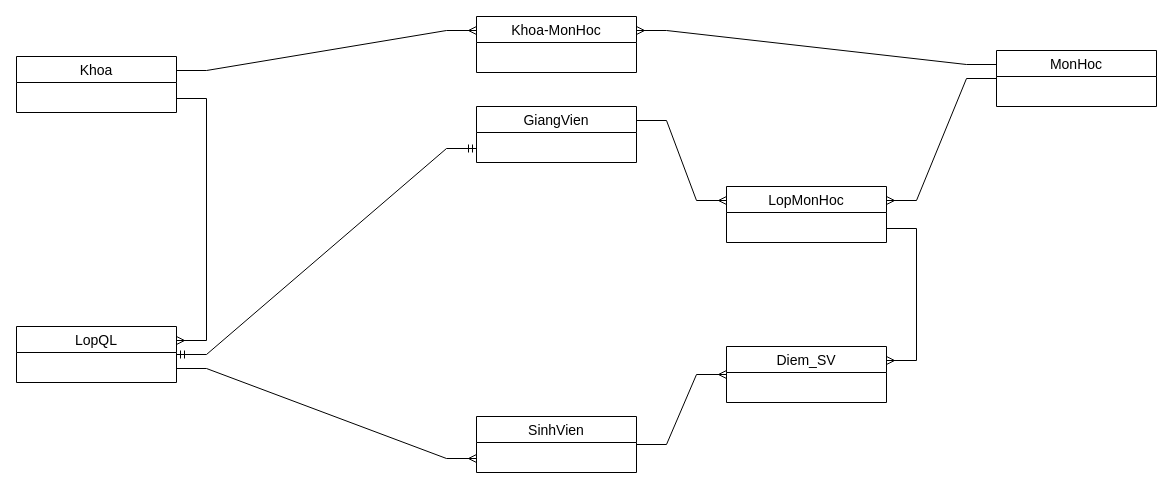
Above: diagram.drawio in duyhelloworld/qlsinhvien-netcore (draw.io), before the change. Source tidied: cells renumbered, new cells numbered last; positions are measured from the earlier drawing's top-left corner, leaving out a move shared by most shapes. Both pictures are drawn from the tidied source at 100%, with x=0, y=0 at pixel (16, 16).
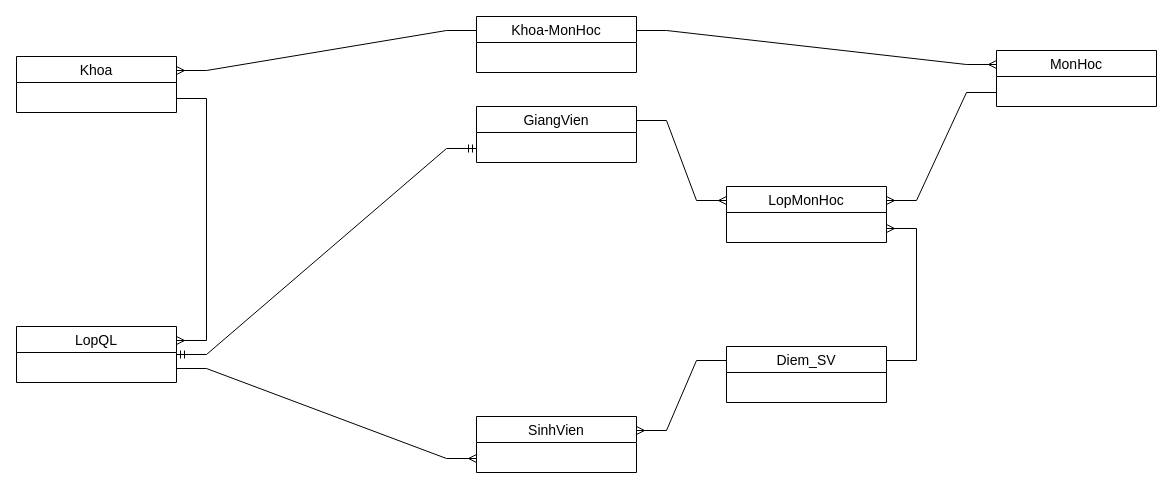
After the change.

The edit, as a diff of the source:
```diff
@@
 <mxGraphModel>
   <root>
     <mxCell id="0" />
     <mxCell id="1" parent="0" />
     <mxCell id="2" value="SinhVien" style="swimlane;fontStyle=0;horizontal=1;startSize=26;align=center;fontSize=14;" parent="1" vertex="1">
       <mxGeometry x="460" y="400" width="160" height="56" as="geometry" />
     </mxCell>
     <mxCell id="3" value="LopQL" style="swimlane;fontStyle=0;horizontal=1;startSize=26;align=center;fontSize=14;" parent="1" vertex="1">
       <mxGeometry y="310" width="160" height="56" as="geometry" />
     </mxCell>
     <mxCell id="4" value="GiangVien" style="swimlane;fontStyle=0;horizontal=1;startSize=26;align=center;fontSize=14;" parent="1" vertex="1">
       <mxGeometry x="460" y="90" width="160" height="56" as="geometry" />
     </mxCell>
     <mxCell id="5" value="MonHoc" style="swimlane;fontStyle=0;horizontal=1;startSize=26;align=center;fontSize=14;" parent="1" vertex="1">
       <mxGeometry x="980" y="34" width="160" height="56" as="geometry" />
     </mxCell>
     <mxCell id="6" value="Khoa" style="swimlane;fontStyle=0;horizontal=1;startSize=26;align=center;fontSize=14;" parent="1" vertex="1">
       <mxGeometry y="40" width="160" height="56" as="geometry" />
     </mxCell>
     <mxCell id="7" style="edgeStyle=entityRelationEdgeStyle;fontSize=12;html=1;endArrow=ERmany;rounded=0;exitX=1;exitY=0.75;exitDx=0;exitDy=0;entryX=0;entryY=0.75;entryDx=0;entryDy=0;" parent="1" edge="1" source="3" target="2">
       <mxGeometry relative="1" as="geometry" />
     </mxCell>
     <mxCell id="8" style="edgeStyle=entityRelationEdgeStyle;fontSize=12;html=1;endArrow=ERmany;rounded=0;exitX=1;exitY=0.75;exitDx=0;exitDy=0;entryX=1;entryY=0.25;entryDx=0;entryDy=0;" parent="1" edge="1" source="6" target="3">
       <mxGeometry relative="1" as="geometry" />
     </mxCell>
-    <mxCell id="9" style="edgeStyle=entityRelationEdgeStyle;fontSize=12;html=1;endArrow=ERmany;startArrow=none;rounded=0;entryX=1;entryY=0.25;entryDx=0;entryDy=0;exitX=1;exitY=0.75;exitDx=0;exitDy=0;" parent="1" edge="1" source="12" target="10">
+    <mxCell id="9" style="edgeStyle=entityRelationEdgeStyle;fontSize=12;html=1;endArrow=ERmany;startArrow=none;rounded=0;entryX=1;entryY=0.75;entryDx=0;entryDy=0;exitX=1;exitY=0.25;exitDx=0;exitDy=0;" parent="1" edge="1" source="10" target="12">
       <mxGeometry relative="1" as="geometry" />
     </mxCell>
     <mxCell id="10" value="Diem_SV" style="swimlane;fontStyle=0;horizontal=1;startSize=26;align=center;fontSize=14;" parent="1" vertex="1">
       <mxGeometry x="710" y="330" width="160" height="56" as="geometry" />
     </mxCell>
-    <mxCell id="11" style="edgeStyle=entityRelationEdgeStyle;fontSize=12;html=1;endArrow=none;startArrow=ERmany;rounded=0;entryX=1;entryY=0.5;entryDx=0;entryDy=0;exitX=0;exitY=0.5;exitDx=0;exitDy=0;" parent="1" edge="1" source="10" target="2">
+    <mxCell id="11" style="edgeStyle=entityRelationEdgeStyle;fontSize=12;html=1;endArrow=none;startArrow=ERmany;rounded=0;entryX=0;entryY=0.25;entryDx=0;entryDy=0;exitX=1;exitY=0.25;exitDx=0;exitDy=0;" parent="1" edge="1" source="2" target="10">
       <mxGeometry relative="1" as="geometry" />
     </mxCell>
     <mxCell id="12" value="LopMonHoc" style="swimlane;fontStyle=0;horizontal=1;startSize=26;align=center;fontSize=14;" parent="1" vertex="1">
       <mxGeometry x="710" y="170" width="160" height="56" as="geometry" />
     </mxCell>
     <mxCell id="13" style="edgeStyle=entityRelationEdgeStyle;fontSize=12;html=1;endArrow=ERmany;rounded=0;exitX=1;exitY=0.25;exitDx=0;exitDy=0;entryX=0;entryY=0.25;entryDx=0;entryDy=0;" parent="1" edge="1" source="4" target="12">
       <mxGeometry relative="1" as="geometry" />
     </mxCell>
-    <mxCell id="14" style="edgeStyle=entityRelationEdgeStyle;fontSize=12;html=1;endArrow=ERmany;rounded=0;entryX=1;entryY=0.25;entryDx=0;entryDy=0;exitX=0;exitY=0.5;exitDx=0;exitDy=0;" parent="1" edge="1" source="5" target="12">
+    <mxCell id="14" style="edgeStyle=entityRelationEdgeStyle;fontSize=12;html=1;endArrow=ERmany;rounded=0;entryX=1;entryY=0.25;entryDx=0;entryDy=0;exitX=0;exitY=0.75;exitDx=0;exitDy=0;" parent="1" edge="1" source="5" target="12">
       <mxGeometry relative="1" as="geometry" />
     </mxCell>
     <mxCell id="15" style="edgeStyle=entityRelationEdgeStyle;fontSize=12;html=1;endArrow=ERmandOne;startArrow=ERmandOne;rounded=0;entryX=0;entryY=0.75;entryDx=0;entryDy=0;exitX=1;exitY=0.5;exitDx=0;exitDy=0;" parent="1" edge="1" source="3" target="4">
       <mxGeometry relative="1" as="geometry" />
     </mxCell>
     <mxCell id="16" value="Khoa-MonHoc" style="swimlane;fontStyle=0;horizontal=1;startSize=26;align=center;fontSize=14;" parent="1" vertex="1">
       <mxGeometry x="460" width="160" height="56" as="geometry" />
     </mxCell>
-    <mxCell id="17" style="edgeStyle=entityRelationEdgeStyle;fontSize=12;html=1;endArrow=ERmany;rounded=0;exitX=1;exitY=0.25;exitDx=0;exitDy=0;entryX=0;entryY=0.25;entryDx=0;entryDy=0;" parent="1" edge="1" source="6" target="16">
+    <mxCell id="17" style="edgeStyle=entityRelationEdgeStyle;fontSize=12;html=1;endArrow=ERmany;rounded=0;exitX=0;exitY=0.25;exitDx=0;exitDy=0;entryX=1;entryY=0.25;entryDx=0;entryDy=0;" parent="1" edge="1" source="16" target="6">
       <mxGeometry relative="1" as="geometry" />
     </mxCell>
-    <mxCell id="18" style="edgeStyle=entityRelationEdgeStyle;fontSize=12;html=1;endArrow=ERmany;rounded=0;exitX=0;exitY=0.25;exitDx=0;exitDy=0;entryX=1;entryY=0.25;entryDx=0;entryDy=0;" parent="1" edge="1" source="5" target="16">
+    <mxCell id="18" style="edgeStyle=entityRelationEdgeStyle;fontSize=12;html=1;endArrow=ERmany;rounded=0;exitX=1;exitY=0.25;exitDx=0;exitDy=0;entryX=0;entryY=0.25;entryDx=0;entryDy=0;" parent="1" edge="1" source="16" target="5">
       <mxGeometry relative="1" as="geometry" />
     </mxCell>
   </root>
 </mxGraphModel>
```
